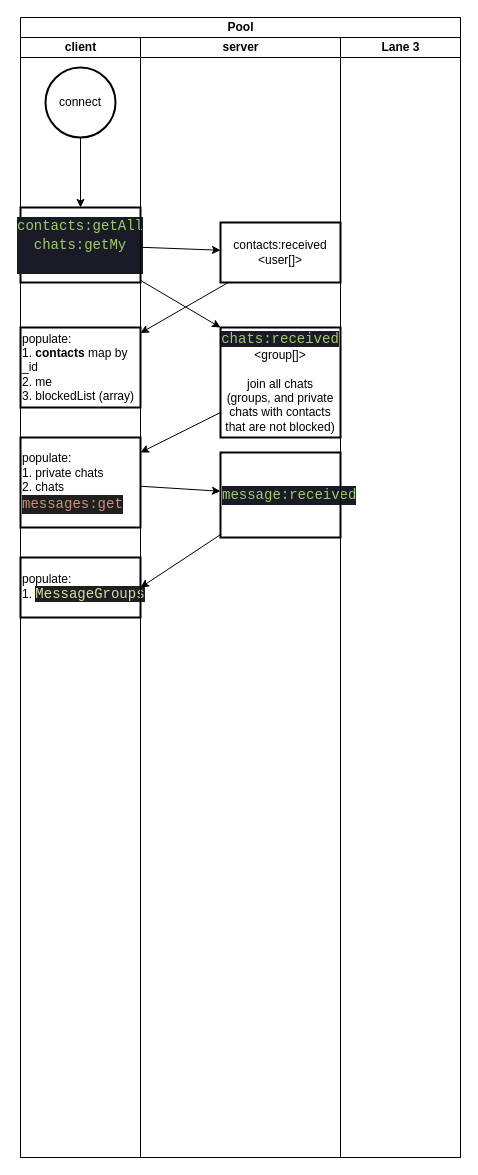
This is page "onConnect" (1 of 3) of flows.drawio from DCAG/Messenger, a draw.io file, before an edit. Source tidied: cells renumbered, new cells numbered last; positions are measured from the earlier drawing's top-left corner, leaving out a move shared by most shapes. Both pictures are drawn from the tidied source at 100%, with x=0, y=0 at pixel (20, 17).
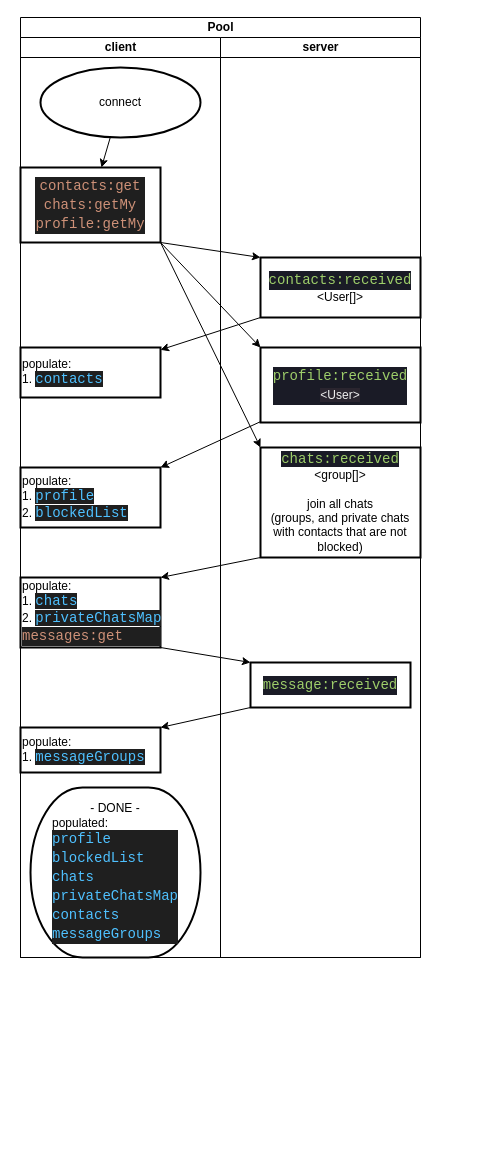
Above is the later version.

The edit, as a diff of the source:
```diff
@@
     <mxCell id="2" value="Pool" style="swimlane;startSize=20;html=1;" parent="1" vertex="1">
-      <mxGeometry width="440" height="1140" as="geometry" />
+      <mxGeometry width="400" height="940" as="geometry" />
     </mxCell>
     <mxCell id="3" value="client" style="swimlane;startSize=20;html=1;" parent="2" vertex="1">
-      <mxGeometry y="20" width="120" height="1120" as="geometry" />
+      <mxGeometry y="20" width="200" height="920" as="geometry" />
     </mxCell>
@@
     <mxCell id="5" value="connect" style="strokeWidth=2;html=1;shape=mxgraph.flowchart.start_2;whiteSpace=wrap;" parent="3" vertex="1">
-      <mxGeometry x="25" y="30" width="70" height="70" as="geometry" />
+      <mxGeometry x="20" y="30" width="160" height="70" as="geometry" />
     </mxCell>
-    <mxCell id="6" value="&lt;div style=&quot;color: rgb(169, 177, 214); background-color: rgb(26, 27, 38); font-family: Consolas, &amp;quot;Courier New&amp;quot;, monospace; font-size: 14px; line-height: 19px;&quot;&gt;&lt;span style=&quot;color: #9ece6a;&quot;&gt;contacts:getAll&lt;/span&gt;&lt;/div&gt;&lt;div style=&quot;color: rgb(169, 177, 214); background-color: rgb(26, 27, 38); font-family: Consolas, &amp;quot;Courier New&amp;quot;, monospace; font-size: 14px; line-height: 19px;&quot;&gt;&lt;span style=&quot;color: #9ece6a;&quot;&gt;chats:getMy&lt;/span&gt;&lt;/div&gt;&lt;div style=&quot;color: rgb(169, 177, 214); background-color: rgb(26, 27, 38); font-family: Consolas, &amp;quot;Courier New&amp;quot;, monospace; font-size: 14px; line-height: 19px;&quot;&gt;&lt;span style=&quot;color: #9ece6a;&quot;&gt;&lt;br&gt;&lt;/span&gt;&lt;/div&gt;" style="whiteSpace=wrap;html=1;strokeWidth=2;" parent="3" vertex="1">
-      <mxGeometry y="170" width="120" height="75" as="geometry" />
+    <mxCell id="6" value="&lt;div style=&quot;color: rgb(169, 177, 214); background-color: rgb(26, 27, 38); font-family: Consolas, &amp;quot;Courier New&amp;quot;, monospace; font-size: 14px; line-height: 19px;&quot;&gt;&lt;div style=&quot;color: rgb(204, 204, 204); background-color: rgb(31, 31, 31); line-height: 19px;&quot;&gt;&lt;span style=&quot;color: #ce9178;&quot;&gt;contacts:get&lt;/span&gt;&lt;/div&gt;&lt;div style=&quot;color: rgb(204, 204, 204); background-color: rgb(31, 31, 31); line-height: 19px;&quot;&gt;&lt;div style=&quot;line-height: 19px;&quot;&gt;&lt;span style=&quot;color: #ce9178;&quot;&gt;chats:getMy&lt;/span&gt;&lt;/div&gt;&lt;div style=&quot;line-height: 19px;&quot;&gt;&lt;div style=&quot;line-height: 19px;&quot;&gt;&lt;span style=&quot;color: #ce9178;&quot;&gt;profile:getMy&lt;/span&gt;&lt;/div&gt;&lt;/div&gt;&lt;/div&gt;&lt;/div&gt;" style="whiteSpace=wrap;html=1;strokeWidth=2;" parent="3" vertex="1">
+      <mxGeometry y="130" width="140" height="75" as="geometry" />
     </mxCell>
-    <mxCell id="7" value="populate:&lt;br&gt;1.&amp;nbsp;&lt;b&gt;contacts&lt;/b&gt; map by _id&lt;br&gt;2. me&lt;br&gt;3. blockedList (array)" style="whiteSpace=wrap;html=1;strokeWidth=2;align=left;" parent="3" vertex="1">
-      <mxGeometry y="290" width="120" height="80" as="geometry" />
+    <mxCell id="7" value="populate:&lt;br&gt;1.&amp;nbsp;&lt;span style=&quot;color: rgb(79, 193, 255); background-color: rgb(31, 31, 31); font-family: Consolas, &amp;quot;Courier New&amp;quot;, monospace; font-size: 14px;&quot;&gt;contacts&lt;/span&gt;" style="whiteSpace=wrap;html=1;strokeWidth=2;align=left;" parent="3" vertex="1">
+      <mxGeometry y="310" width="140" height="50" as="geometry" />
     </mxCell>
-    <mxCell id="8" value="populate:&lt;br&gt;1. private chats&lt;br&gt;&lt;div style=&quot;&quot;&gt;&lt;span style=&quot;background-color: initial;&quot;&gt;2. chats&lt;/span&gt;&lt;/div&gt;&lt;div style=&quot;&quot;&gt;&lt;div style=&quot;color: rgb(204, 204, 204); background-color: rgb(31, 31, 31); font-family: Consolas, &amp;quot;Courier New&amp;quot;, monospace; font-size: 14px; line-height: 19px;&quot;&gt;&lt;span style=&quot;color: #ce9178;&quot;&gt;messages:get&lt;/span&gt;&lt;/div&gt;&lt;/div&gt;" style="whiteSpace=wrap;html=1;strokeWidth=2;align=left;" parent="3" vertex="1">
-      <mxGeometry y="400" width="120" height="90" as="geometry" />
+    <mxCell id="8" value="populate:&lt;br&gt;1.&amp;nbsp;&lt;span style=&quot;color: rgb(79, 193, 255); background-color: rgb(31, 31, 31); font-family: Consolas, &amp;quot;Courier New&amp;quot;, monospace; font-size: 14px;&quot;&gt;chats&lt;/span&gt;&lt;div style=&quot;&quot;&gt;&lt;span style=&quot;background-color: initial;&quot;&gt;2.&amp;nbsp;&lt;/span&gt;&lt;span style=&quot;color: rgb(79, 193, 255); background-color: rgb(31, 31, 31); font-family: Consolas, &amp;quot;Courier New&amp;quot;, monospace; font-size: 14px;&quot;&gt;privateChatsMap&lt;/span&gt;&lt;/div&gt;&lt;div style=&quot;&quot;&gt;&lt;div style=&quot;color: rgb(204, 204, 204); background-color: rgb(31, 31, 31); font-family: Consolas, &amp;quot;Courier New&amp;quot;, monospace; font-size: 14px; line-height: 19px;&quot;&gt;&lt;span style=&quot;color: #ce9178;&quot;&gt;messages:get&lt;/span&gt;&lt;/div&gt;&lt;/div&gt;" style="whiteSpace=wrap;html=1;strokeWidth=2;align=left;" parent="3" vertex="1">
+      <mxGeometry y="540" width="140" height="70" as="geometry" />
     </mxCell>
-    <mxCell id="9" value="populate:&lt;br&gt;1.&amp;nbsp;&lt;span style=&quot;color: rgb(220, 220, 170); background-color: rgb(31, 31, 31); font-family: Consolas, &amp;quot;Courier New&amp;quot;, monospace; font-size: 14px;&quot;&gt;MessageGroups&lt;/span&gt;" style="whiteSpace=wrap;html=1;align=left;strokeWidth=2;" parent="3" vertex="1">
-      <mxGeometry y="520" width="120" height="60" as="geometry" />
+    <mxCell id="9" value="populate:&lt;br&gt;1.&amp;nbsp;&lt;span style=&quot;color: rgb(79, 193, 255); background-color: rgb(31, 31, 31); font-family: Consolas, &amp;quot;Courier New&amp;quot;, monospace; font-size: 14px;&quot;&gt;messageGroups&lt;/span&gt;" style="whiteSpace=wrap;html=1;align=left;strokeWidth=2;" parent="3" vertex="1">
+      <mxGeometry y="690" width="140" height="45" as="geometry" />
     </mxCell>
+    <mxCell id="21" value="populate:&lt;br&gt;1.&amp;nbsp;&lt;span style=&quot;color: rgb(79, 193, 255); background-color: rgb(31, 31, 31); font-family: Consolas, &amp;quot;Courier New&amp;quot;, monospace; font-size: 14px;&quot;&gt;profile&lt;/span&gt;&lt;br&gt;2.&amp;nbsp;&lt;span style=&quot;color: rgb(79, 193, 255); background-color: rgb(31, 31, 31); font-family: Consolas, &amp;quot;Courier New&amp;quot;, monospace; font-size: 14px;&quot;&gt;blockedList&lt;/span&gt;" style="whiteSpace=wrap;html=1;strokeWidth=2;align=left;" parent="3" vertex="1">
+      <mxGeometry y="430" width="140" height="60" as="geometry" />
+    </mxCell>
+    <mxCell id="22" value="&lt;div style=&quot;&quot;&gt;&lt;span style=&quot;background-color: initial;&quot;&gt;- DONE -&lt;/span&gt;&lt;/div&gt;&lt;div style=&quot;text-align: left;&quot;&gt;&lt;span style=&quot;background-color: initial;&quot;&gt;populated:&lt;/span&gt;&lt;/div&gt;&lt;div style=&quot;text-align: left;&quot;&gt;&lt;div style=&quot;color: rgb(204, 204, 204); background-color: rgb(31, 31, 31); font-family: Consolas, &amp;quot;Courier New&amp;quot;, monospace; font-size: 14px; line-height: 19px;&quot;&gt;&lt;span style=&quot;color: #4fc1ff;&quot;&gt;profile&lt;/span&gt;&lt;/div&gt;&lt;div style=&quot;color: rgb(204, 204, 204); background-color: rgb(31, 31, 31); font-family: Consolas, &amp;quot;Courier New&amp;quot;, monospace; font-size: 14px; line-height: 19px;&quot;&gt;&lt;div style=&quot;line-height: 19px;&quot;&gt;&lt;span style=&quot;color: #4fc1ff;&quot;&gt;blockedList&lt;/span&gt;&lt;/div&gt;&lt;div style=&quot;line-height: 19px;&quot;&gt;&lt;div style=&quot;line-height: 19px;&quot;&gt;&lt;span style=&quot;color: #4fc1ff;&quot;&gt;chats&lt;/span&gt;&lt;/div&gt;&lt;div style=&quot;line-height: 19px;&quot;&gt;&lt;div style=&quot;line-height: 19px;&quot;&gt;&lt;span style=&quot;color: #4fc1ff;&quot;&gt;privateChatsMap&lt;/span&gt;&lt;/div&gt;&lt;div style=&quot;line-height: 19px;&quot;&gt;&lt;div style=&quot;line-height: 19px;&quot;&gt;&lt;span style=&quot;color: #4fc1ff;&quot;&gt;contacts&lt;/span&gt;&lt;/div&gt;&lt;div style=&quot;line-height: 19px;&quot;&gt;&lt;div style=&quot;line-height: 19px;&quot;&gt;&lt;span style=&quot;color: rgb(79, 193, 255);&quot;&gt;messageGroups&lt;/span&gt;&lt;br&gt;&lt;/div&gt;&lt;/div&gt;&lt;/div&gt;&lt;/div&gt;&lt;/div&gt;&lt;/div&gt;&lt;/div&gt;" style="strokeWidth=2;html=1;shape=mxgraph.flowchart.terminator;whiteSpace=wrap;sketch=0;" parent="3" vertex="1">
+      <mxGeometry x="10" y="750" width="170" height="170" as="geometry" />
+    </mxCell>
     <mxCell id="10" value="server" style="swimlane;startSize=20;html=1;" parent="2" vertex="1">
-      <mxGeometry x="120" y="20" width="200" height="1120" as="geometry" />
+      <mxGeometry x="200" y="20" width="200" height="920" as="geometry" />
     </mxCell>
-    <mxCell id="11" value="contacts:received&lt;br&gt;&amp;lt;user[]&amp;gt;" style="whiteSpace=wrap;html=1;strokeWidth=2;" parent="10" vertex="1">
-      <mxGeometry x="80" y="185" width="120" height="60" as="geometry" />
+    <mxCell id="11" value="&lt;div style=&quot;color: rgb(169, 177, 214); background-color: rgb(26, 27, 38); font-family: Consolas, &amp;quot;Courier New&amp;quot;, monospace; font-size: 14px; line-height: 19px;&quot;&gt;&lt;span style=&quot;color: #9ece6a;&quot;&gt;contacts:received&lt;/span&gt;&lt;/div&gt;&amp;lt;User[]&amp;gt;" style="whiteSpace=wrap;html=1;strokeWidth=2;" parent="10" vertex="1">
+      <mxGeometry x="40" y="220" width="160" height="60" as="geometry" />
     </mxCell>
     <mxCell id="12" value="&lt;span style=&quot;color: rgb(158, 206, 106); background-color: rgb(26, 27, 38); font-family: Consolas, &amp;quot;Courier New&amp;quot;, monospace; font-size: 14px;&quot;&gt;chats:received&lt;/span&gt;&lt;br&gt;&amp;lt;group[]&amp;gt;&lt;br&gt;&lt;br&gt;join all chats&lt;br&gt;(groups, and private chats with contacts that are not blocked)" style="whiteSpace=wrap;html=1;strokeWidth=2;" parent="10" vertex="1">
-      <mxGeometry x="80" y="290" width="120" height="110" as="geometry" />
+      <mxGeometry x="40" y="410" width="160" height="110" as="geometry" />
     </mxCell>
-    <mxCell id="13" value="&lt;div style=&quot;color: rgb(169, 177, 214); background-color: rgb(26, 27, 38); font-family: Consolas, &amp;quot;Courier New&amp;quot;, monospace; font-size: 14px; line-height: 19px;&quot;&gt;&lt;span style=&quot;color: #9ece6a;&quot;&gt;message:received&lt;/span&gt;&lt;/div&gt;" style="whiteSpace=wrap;html=1;align=left;strokeWidth=2;" parent="10" vertex="1">
-      <mxGeometry x="80" y="415" width="120" height="85" as="geometry" />
+    <mxCell id="13" value="&lt;div style=&quot;color: rgb(169, 177, 214); background-color: rgb(26, 27, 38); font-family: Consolas, &amp;quot;Courier New&amp;quot;, monospace; font-size: 14px; line-height: 19px;&quot;&gt;&lt;span style=&quot;color: #9ece6a;&quot;&gt;message:received&lt;/span&gt;&lt;/div&gt;" style="whiteSpace=wrap;html=1;align=center;strokeWidth=2;" parent="10" vertex="1">
+      <mxGeometry x="30" y="625" width="160" height="45" as="geometry" />
     </mxCell>
-    <mxCell id="14" value="Lane 3" style="swimlane;startSize=20;html=1;" parent="2" vertex="1">
-      <mxGeometry x="320" y="20" width="120" height="1120" as="geometry" />
-    </mxCell>
-    <mxCell id="15" style="edgeStyle=none;html=1;" parent="2" edge="1" source="6" target="11">
-      <mxGeometry relative="1" as="geometry" />
-    </mxCell>
+    <mxCell id="23" value="&lt;div style=&quot;color: rgb(169, 177, 214); background-color: rgb(26, 27, 38); font-family: Consolas, &amp;quot;Courier New&amp;quot;, monospace; font-size: 14px; line-height: 19px;&quot;&gt;&lt;div style=&quot;color: rgb(204, 204, 204); background-color: rgb(31, 31, 31); line-height: 19px;&quot;&gt;&lt;div style=&quot;color: rgb(169, 177, 214); background-color: rgb(26, 27, 38); line-height: 19px;&quot;&gt;&lt;span style=&quot;color: #9ece6a;&quot;&gt;profile:received&lt;/span&gt;&lt;/div&gt;&lt;div style=&quot;color: rgb(169, 177, 214); background-color: rgb(26, 27, 38); line-height: 19px;&quot;&gt;&lt;span style=&quot;color: rgb(240, 240, 240); font-family: Helvetica; font-size: 12px; background-color: rgb(42, 37, 47);&quot;&gt;&amp;lt;User&amp;gt;&lt;/span&gt;&lt;br&gt;&lt;/div&gt;&lt;/div&gt;&lt;/div&gt;" style="whiteSpace=wrap;html=1;strokeWidth=2;" parent="10" vertex="1">
+      <mxGeometry x="40" y="310" width="160" height="75" as="geometry" />
+    </mxCell>
-    <mxCell id="16" style="edgeStyle=none;html=1;" parent="2" edge="1" source="11" target="7">
+    <mxCell id="16" style="edgeStyle=none;html=1;exitX=0;exitY=1;exitDx=0;exitDy=0;" parent="2" edge="1" source="11" target="7">
       <mxGeometry relative="1" as="geometry" />
     </mxCell>
-    <mxCell id="17" style="edgeStyle=none;html=1;entryX=0;entryY=0;entryDx=0;entryDy=0;" parent="2" edge="1" source="6" target="12">
+    <mxCell id="17" style="edgeStyle=none;html=1;entryX=0;entryY=0;entryDx=0;entryDy=0;exitX=1;exitY=1;exitDx=0;exitDy=0;" parent="2" edge="1" source="6" target="12">
       <mxGeometry relative="1" as="geometry" />
     </mxCell>
-    <mxCell id="18" style="edgeStyle=none;html=1;" parent="2" edge="1" source="12" target="8">
+    <mxCell id="18" style="edgeStyle=none;html=1;entryX=1;entryY=0;entryDx=0;entryDy=0;exitX=0;exitY=1;exitDx=0;exitDy=0;" parent="2" edge="1" source="12" target="8">
       <mxGeometry relative="1" as="geometry" />
     </mxCell>
-    <mxCell id="19" style="edgeStyle=none;html=1;" parent="2" edge="1" source="8" target="13">
+    <mxCell id="19" style="edgeStyle=none;html=1;exitX=1;exitY=1;exitDx=0;exitDy=0;entryX=0;entryY=0;entryDx=0;entryDy=0;" parent="2" edge="1" source="8" target="13">
       <mxGeometry relative="1" as="geometry" />
     </mxCell>
-    <mxCell id="20" style="edgeStyle=none;html=1;entryX=1;entryY=0.5;entryDx=0;entryDy=0;" parent="2" edge="1" source="13" target="9">
+    <mxCell id="20" style="edgeStyle=none;html=1;entryX=1;entryY=0;entryDx=0;entryDy=0;exitX=0;exitY=1;exitDx=0;exitDy=0;" parent="2" edge="1" source="13" target="9">
       <mxGeometry relative="1" as="geometry" />
     </mxCell>
+    <mxCell id="24" style="edgeStyle=none;html=1;entryX=1;entryY=0;entryDx=0;entryDy=0;" parent="2" edge="1" source="23" target="21">
+      <mxGeometry relative="1" as="geometry" />
+    </mxCell>
+    <mxCell id="15" style="edgeStyle=none;html=1;entryX=0;entryY=0;entryDx=0;entryDy=0;exitX=1;exitY=1;exitDx=0;exitDy=0;" parent="2" edge="1" source="6" target="11">
+      <mxGeometry relative="1" as="geometry" />
+    </mxCell>
+    <mxCell id="25" style="edgeStyle=none;html=1;entryX=0;entryY=0;entryDx=0;entryDy=0;exitX=1;exitY=1;exitDx=0;exitDy=0;" parent="2" edge="1" source="6" target="23">
+      <mxGeometry relative="1" as="geometry" />
+    </mxCell>
```
